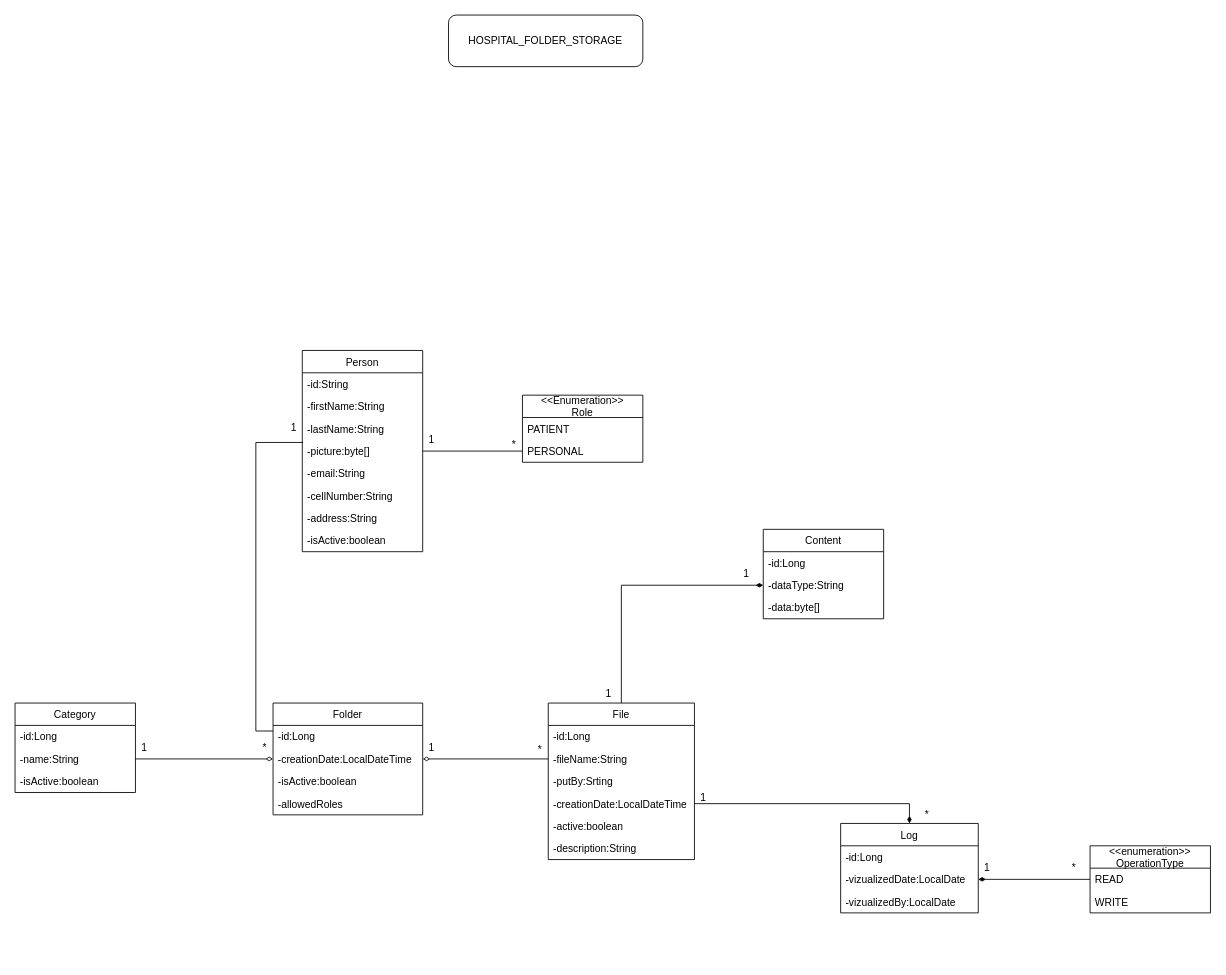
Before: fileCabinetUML.drawio in Moussa348/FilingCabinet, a draw.io diagram. Source tidied: cells renumbered, new cells numbered last; positions are measured from the earlier drawing's top-left corner, leaving out a move shared by most shapes. Both pictures are drawn from the tidied source at 86%, with x=0, y=0 at pixel (15, 15).
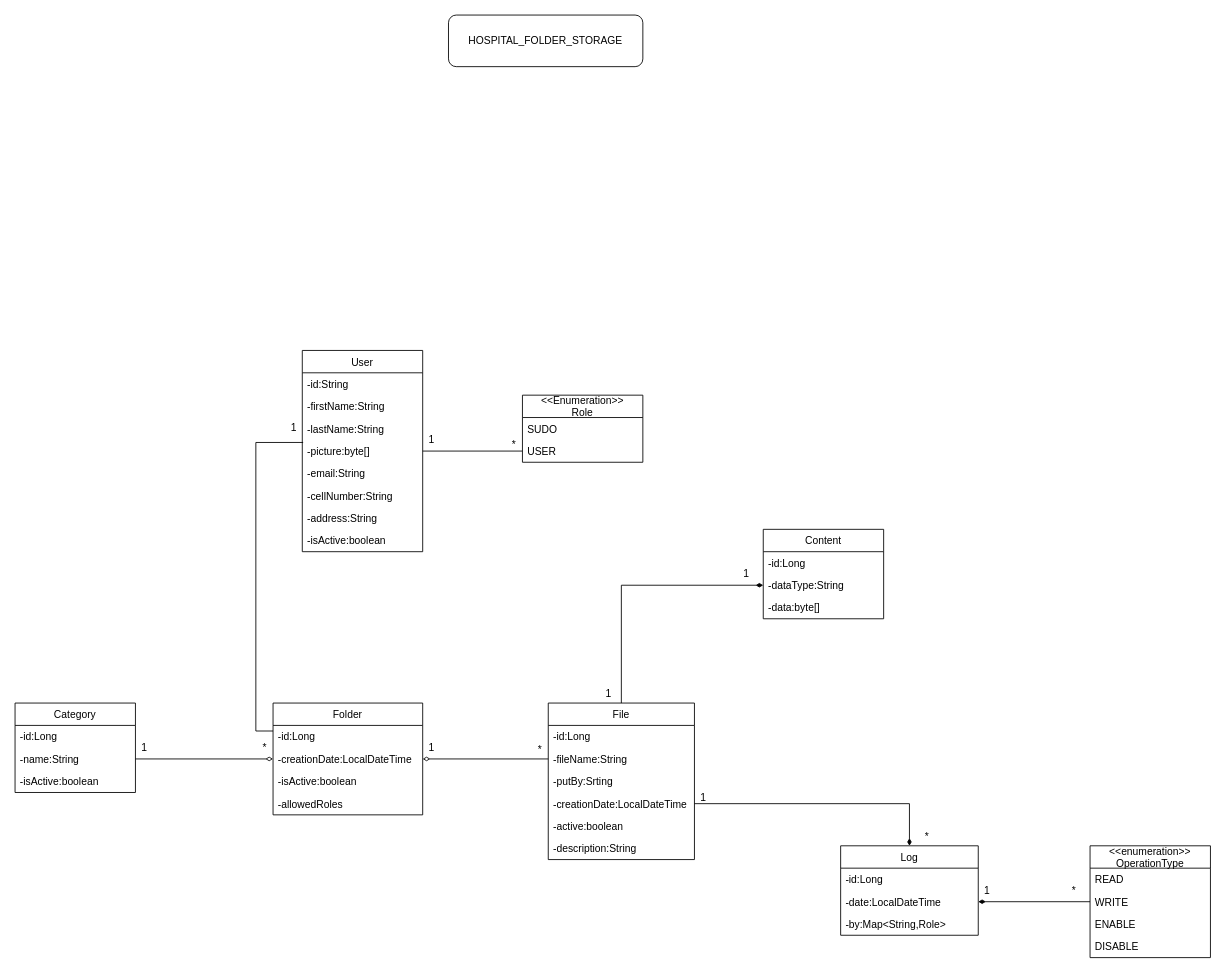
The same page after the edit.

The change refers to these unchanged cells:
```xml
<mxCell id="50" value="&lt;&lt;Enumeration&gt;&gt;&#10;Role" style="swimlane;fontStyle=0;horizontal=1;startSize=26;fillColor=none;" parent="1" vertex="1">
  <mxGeometry x="590" y="442" width="140" height="78" as="geometry" />
</mxCell>
```

The edit, as a diff of the source:
```diff
@@
-    <mxCell id="2" value="Person" style="swimlane;fontStyle=0;horizontal=1;startSize=26;fillColor=none;" parent="1" vertex="1">
+    <mxCell id="2" value="User" style="swimlane;fontStyle=0;horizontal=1;startSize=26;fillColor=none;" parent="1" vertex="1">
       <mxGeometry x="334" y="390" width="140" height="234" as="geometry" />
     </mxCell>
@@
     <mxCell id="37" value="Log" style="swimlane;fontStyle=0;horizontal=1;startSize=26;fillColor=none;" parent="1" vertex="1">
-      <mxGeometry x="960" y="940" width="160" height="104" as="geometry" />
+      <mxGeometry x="960" y="966" width="160" height="104" as="geometry" />
     </mxCell>
@@
-    <mxCell id="39" value="-vizualizedDate:LocalDate" style="text;strokeColor=none;fillColor=none;align=left;verticalAlign=top;spacingLeft=4;spacingRight=4;overflow=hidden;points=[[0,0.5],[1,0.5]];portConstraint=eastwest;" parent="37" vertex="1">
+    <mxCell id="39" value="-date:LocalDateTime" style="text;strokeColor=none;fillColor=none;align=left;verticalAlign=top;spacingLeft=4;spacingRight=4;overflow=hidden;points=[[0,0.5],[1,0.5]];portConstraint=eastwest;" parent="37" vertex="1">
       <mxGeometry y="52" width="160" height="26" as="geometry" />
     </mxCell>
-    <mxCell id="40" value="-vizualizedBy:LocalDate" style="text;strokeColor=none;fillColor=none;align=left;verticalAlign=top;spacingLeft=4;spacingRight=4;overflow=hidden;" parent="37" vertex="1">
+    <mxCell id="40" value="-by:Map&lt;String,Role&gt;" style="text;strokeColor=none;fillColor=none;align=left;verticalAlign=top;spacingLeft=4;spacingRight=4;overflow=hidden;" parent="37" vertex="1">
       <mxGeometry y="78" width="160" height="26" as="geometry" />
     </mxCell>
@@
     <mxCell id="43" value="*" style="text;html=1;align=center;verticalAlign=middle;strokeColor=none;" parent="1" vertex="1">
-      <mxGeometry x="1050" y="920" width="20" height="20" as="geometry" />
+      <mxGeometry x="1050" y="946" width="20" height="20" as="geometry" />
     </mxCell>
@@
-    <mxCell id="51" value="PATIENT" style="text;strokeColor=none;fillColor=none;align=left;verticalAlign=top;spacingLeft=4;spacingRight=4;overflow=hidden;" parent="50" vertex="1">
+    <mxCell id="51" value="SUDO" style="text;strokeColor=none;fillColor=none;align=left;verticalAlign=top;spacingLeft=4;spacingRight=4;overflow=hidden;" parent="50" vertex="1">
       <mxGeometry y="26" width="140" height="26" as="geometry" />
     </mxCell>
-    <mxCell id="52" value="PERSONAL" style="text;strokeColor=none;fillColor=none;align=left;verticalAlign=top;spacingLeft=4;spacingRight=4;overflow=hidden;points=[[0,0.5],[1,0.5]];portConstraint=eastwest;" parent="50" vertex="1">
+    <mxCell id="52" value="USER" style="text;strokeColor=none;fillColor=none;align=left;verticalAlign=top;spacingLeft=4;spacingRight=4;overflow=hidden;points=[[0,0.5],[1,0.5]];portConstraint=eastwest;" parent="50" vertex="1">
       <mxGeometry y="52" width="140" height="26" as="geometry" />
     </mxCell>
@@
     <mxCell id="57" value="&lt;&lt;enumeration&gt;&gt;&#10;OperationType" style="swimlane;fontStyle=0;horizontal=1;startSize=26;fillColor=none;" parent="1" vertex="1">
-      <mxGeometry x="1250" y="966" width="140" height="78" as="geometry" />
+      <mxGeometry x="1250" y="966" width="140" height="130" as="geometry" />
     </mxCell>
@@
+    <mxCell id="62" value="ENABLE" style="text;strokeColor=none;fillColor=none;align=left;verticalAlign=top;spacingLeft=4;spacingRight=4;overflow=hidden;" parent="57" vertex="1">
+      <mxGeometry y="78" width="140" height="26" as="geometry" />
+    </mxCell>
+    <mxCell id="63" value="DISABLE" style="text;strokeColor=none;fillColor=none;align=left;verticalAlign=top;spacingLeft=4;spacingRight=4;overflow=hidden;" parent="57" vertex="1">
+      <mxGeometry y="104" width="140" height="26" as="geometry" />
+    </mxCell>
     <mxCell id="60" value="1" style="text;html=1;align=center;verticalAlign=middle;strokeColor=none;" parent="1" vertex="1">
-      <mxGeometry x="1120" y="982" width="20" height="20" as="geometry" />
+      <mxGeometry x="1120" y="1008" width="20" height="20" as="geometry" />
     </mxCell>
     <mxCell id="61" value="*" style="text;html=1;align=center;verticalAlign=middle;strokeColor=none;" parent="1" vertex="1">
-      <mxGeometry x="1221" y="982" width="20" height="20" as="geometry" />
+      <mxGeometry x="1221" y="1008" width="20" height="20" as="geometry" />
     </mxCell>
```
